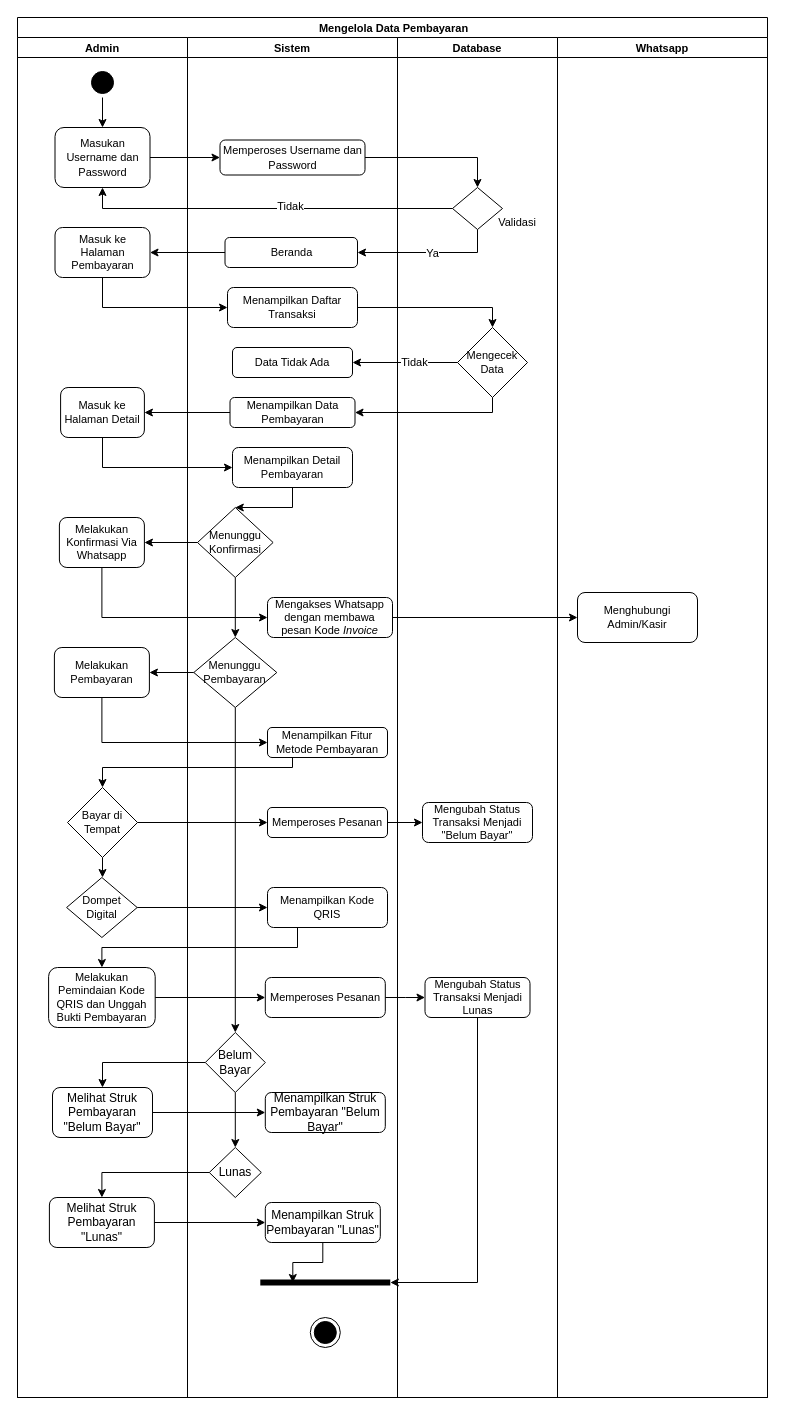
Above: page "Mengelola Data Transaksi" (8 of 11) of Untitled Diagram.drawio (1).drawio in WildanMaulana17/admin.cafe17purwokerto (draw.io), before the change. Source tidied: cells renumbered, new cells numbered last; positions are measured from the earlier drawing's top-left corner, leaving out a move shared by most shapes. Both pictures are drawn from the tidied source at 100%, with x=0, y=0 at pixel (17, 17).
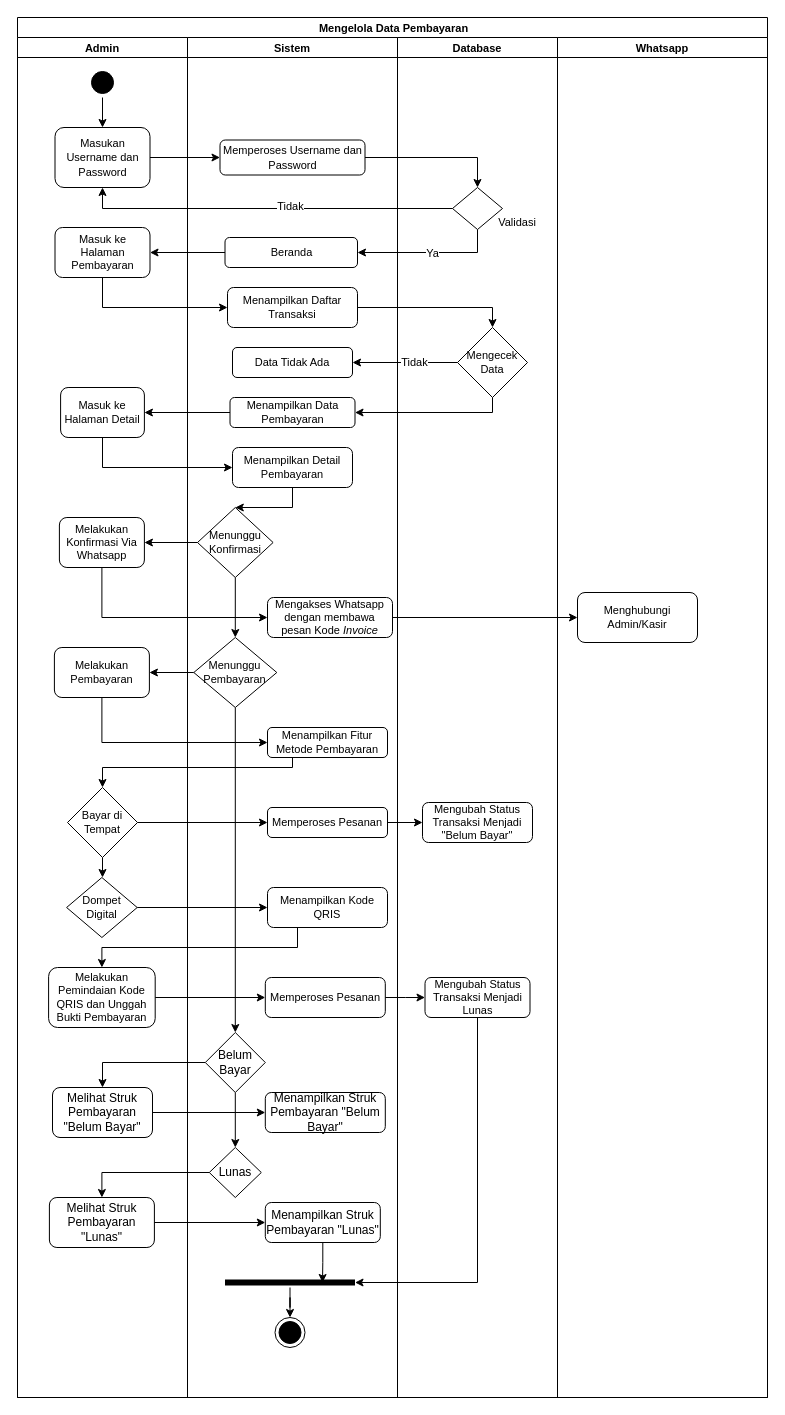
Above is the later version.

Unchanged cells that the change refers to:
```xml
<mxCell id="17" value="Sistem" style="swimlane;startSize=20;fontSize=11;strokeColor=#000000;" parent="2" vertex="1">
  <mxGeometry x="170" y="20" width="210" height="1360" as="geometry" />
</mxCell>
<mxCell id="39" value="Menampilkan Struk Pembayaran &quot;Lunas&quot;" style="rounded=1;whiteSpace=wrap;html=1;strokeColor=#000000;" parent="17" vertex="1">
  <mxGeometry x="77.8" y="1165" width="115" height="40" as="geometry" />
</mxCell>
```

Change to the diagram source:
```diff
@@
-    <mxCell id="38" style="edgeStyle=orthogonalEdgeStyle;rounded=0;jettySize=auto;html=1;entryX=0.25;entryY=0.5;entryDx=0;entryDy=0;entryPerimeter=0;strokeColor=#000000;" parent="17" edge="1" source="39" target="41">
+    <mxCell id="38" style="edgeStyle=orthogonalEdgeStyle;rounded=0;jettySize=auto;html=1;entryX=0.75;entryY=0.5;entryDx=0;entryDy=0;entryPerimeter=0;strokeColor=#000000;" parent="17" edge="1" source="39" target="41">
       <mxGeometry relative="1" as="geometry" />
     </mxCell>
@@
     <mxCell id="40" style="ellipse;html=1;shape=endState;fillColor=#000000;strokeColor=#000000;" parent="17" vertex="1">
-      <mxGeometry x="122.8" y="1280" width="30" height="30" as="geometry" />
+      <mxGeometry x="87.5" y="1280" width="30" height="30" as="geometry" />
     </mxCell>
+    <mxCell id="81" style="edgeStyle=orthogonalEdgeStyle;rounded=0;jettySize=auto;html=1;entryX=0.5;entryY=0;entryDx=0;entryDy=0;strokeColor=#000000;" parent="17" edge="1" source="41" target="40">
+      <mxGeometry relative="1" as="geometry" />
+    </mxCell>
     <mxCell id="41" style="shape=line;html=1;strokeWidth=6;strokeColor=#000000;" parent="17" vertex="1">
-      <mxGeometry x="72.8" y="1240" width="130" height="10" as="geometry" />
+      <mxGeometry x="37.5" y="1240" width="130" height="10" as="geometry" />
     </mxCell>
```
